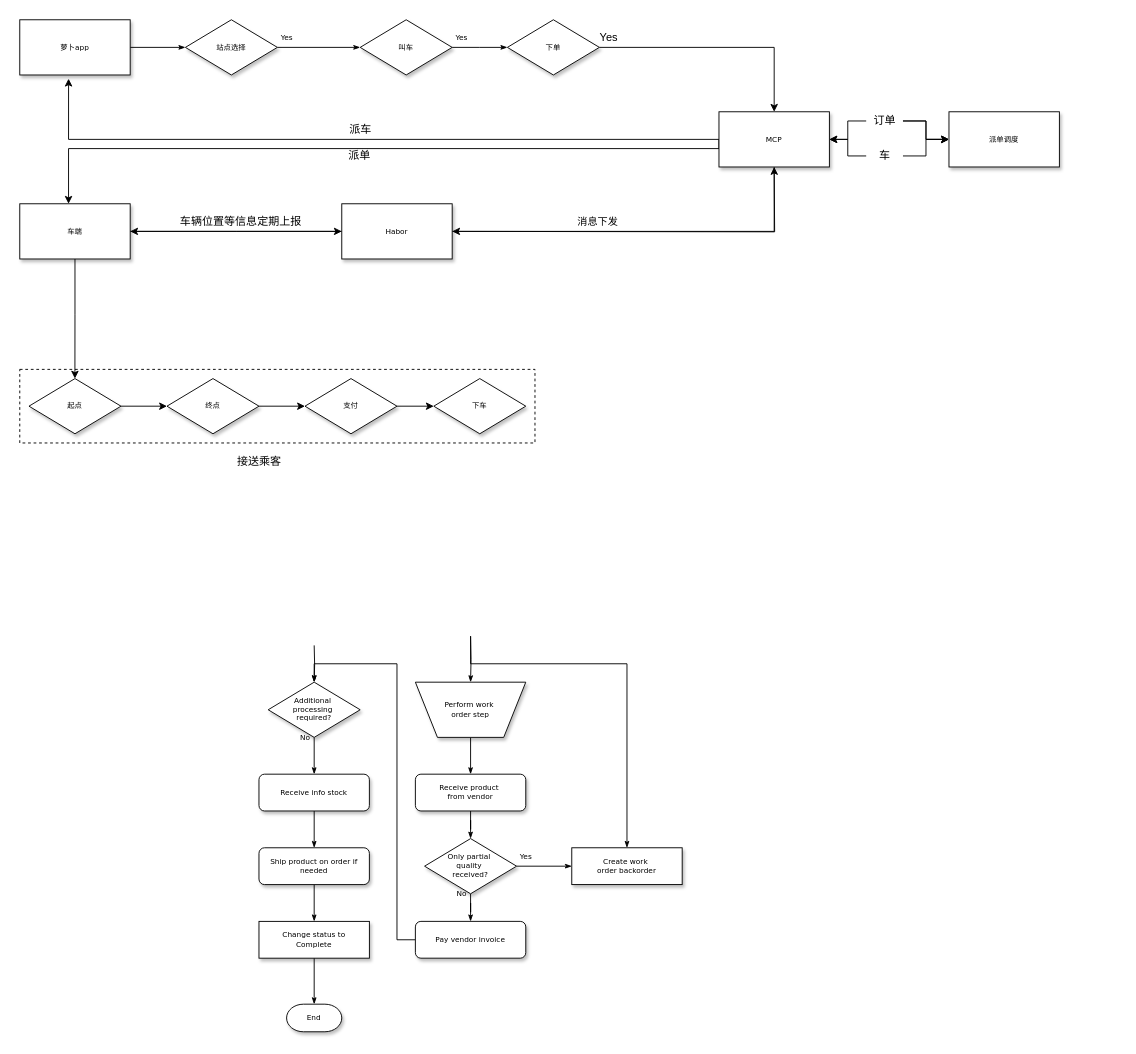
Before: Apollo.drawio in Christings/wechat, a draw.io diagram. Source tidied: cells renumbered, new cells numbered last; positions are measured from the earlier drawing's top-left corner, leaving out a move shared by most shapes. Both pictures are drawn from the tidied source at 92%, with x=0, y=0 at pixel (19, 19).
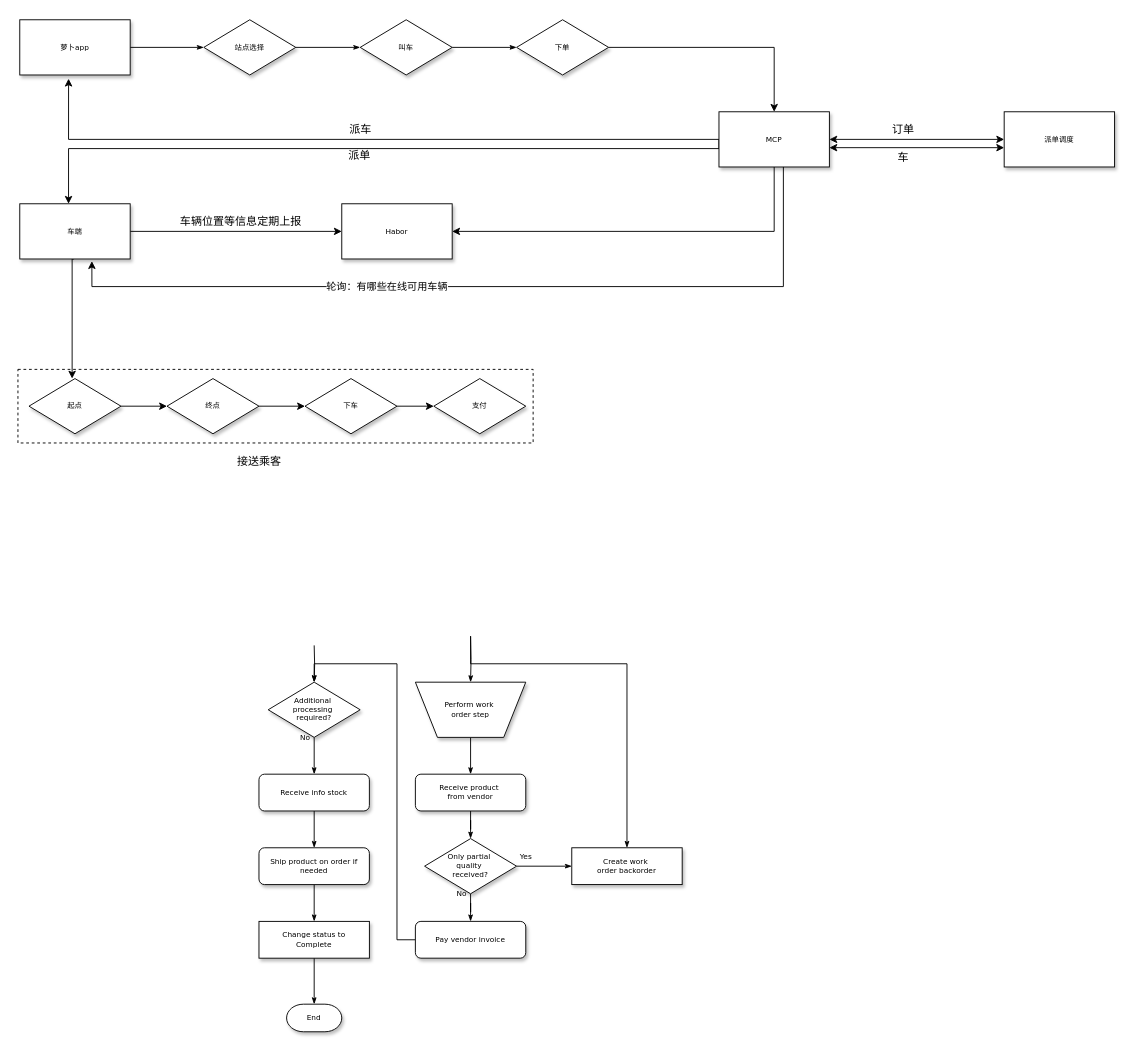
Above is the later version.

Unchanged cells that the change refers to:
```xml
<mxCell id="7" value="叫车" style="rhombus;whiteSpace=wrap;html=1;rounded=0;shadow=1;labelBackgroundColor=none;strokeWidth=1;fontFamily=Verdana;fontSize=8;align=center;" parent="1" vertex="1">
  <mxGeometry x="370" width="100" height="60" as="geometry" />
</mxCell>
<mxCell id="37" value="MCP" style="rounded=0;whiteSpace=wrap;html=1;shadow=1;labelBackgroundColor=none;strokeWidth=1;fontFamily=Verdana;fontSize=8;align=center;" parent="1" vertex="1">
  <mxGeometry x="760" y="100" width="120" height="60" as="geometry" />
</mxCell>
<mxCell id="48" value="车端" style="rounded=0;whiteSpace=wrap;html=1;shadow=1;labelBackgroundColor=none;strokeWidth=1;fontFamily=Verdana;fontSize=8;align=center;" parent="1" vertex="1">
  <mxGeometry y="200" width="120" height="60" as="geometry" />
</mxCell>
<mxCell id="50" value="Habor" style="rounded=0;whiteSpace=wrap;html=1;shadow=1;labelBackgroundColor=none;strokeWidth=1;fontFamily=Verdana;fontSize=8;align=center;" parent="1" vertex="1">
  <mxGeometry x="350" y="200" width="120" height="60" as="geometry" />
</mxCell>
```

Change to the diagram source:
```diff
@@
-    <mxCell id="4" value="Yes" style="edgeStyle=orthogonalEdgeStyle;rounded=0;html=1;labelBackgroundColor=none;startSize=5;endArrow=classicThin;endFill=1;endSize=5;jettySize=auto;strokeWidth=1;fontFamily=Verdana;fontSize=8;" parent="1" edge="1" source="5" target="7">
+    <mxCell id="4" style="edgeStyle=orthogonalEdgeStyle;rounded=0;html=1;labelBackgroundColor=none;startSize=5;endArrow=classicThin;endFill=1;endSize=5;jettySize=auto;strokeWidth=1;fontFamily=Verdana;fontSize=8;" parent="1" edge="1" source="5" target="7">
       <mxGeometry x="-0.78" y="10" relative="1" as="geometry" />
     </mxCell>
     <mxCell id="5" value="站点选择" style="rhombus;whiteSpace=wrap;html=1;rounded=0;shadow=1;labelBackgroundColor=none;strokeWidth=1;fontFamily=Verdana;fontSize=8;align=center;" parent="1" vertex="1">
-      <mxGeometry x="180" width="100" height="60" as="geometry" />
+      <mxGeometry x="200" width="100" height="60" as="geometry" />
     </mxCell>
-    <mxCell id="6" value="Yes" style="edgeStyle=orthogonalEdgeStyle;rounded=0;html=1;labelBackgroundColor=none;startSize=5;endArrow=classicThin;endFill=1;endSize=5;jettySize=auto;strokeWidth=1;fontFamily=Verdana;fontSize=8;" parent="1" edge="1" source="7">
-      <mxGeometry x="-0.67" y="10" relative="1" as="geometry">
-        <mxPoint x="530" y="30" as="targetPoint" />
-      </mxGeometry>
+    <mxCell id="6" style="edgeStyle=orthogonalEdgeStyle;rounded=0;html=1;labelBackgroundColor=none;startSize=5;endArrow=classicThin;endFill=1;endSize=5;jettySize=auto;strokeWidth=1;fontFamily=Verdana;fontSize=8;entryX=0;entryY=0.5;entryDx=0;entryDy=0;" parent="1" edge="1" source="7" target="33">
+      <mxGeometry x="-0.67" y="10" relative="1" as="geometry" />
     </mxCell>
@@
     <mxCell id="33" value="下单" style="rhombus;whiteSpace=wrap;html=1;rounded=0;shadow=1;labelBackgroundColor=none;strokeWidth=1;fontFamily=Verdana;fontSize=8;align=center;" parent="1" vertex="1">
-      <mxGeometry x="530" width="100" height="60" as="geometry" />
+      <mxGeometry x="540" width="100" height="60" as="geometry" />
     </mxCell>
@@
-    <mxCell id="38" value="Yes" style="text;html=1;align=center;verticalAlign=middle;strokeColor=none;fillColor=none;" parent="1" vertex="1">
-      <mxGeometry x="620" y="10" width="40" height="20" as="geometry" />
-    </mxCell>
     <mxCell id="39" value="派单调度" style="rounded=0;whiteSpace=wrap;html=1;shadow=1;labelBackgroundColor=none;strokeWidth=1;fontFamily=Verdana;fontSize=8;align=center;" parent="1" vertex="1">
-      <mxGeometry x="1010" y="100" width="120" height="60" as="geometry" />
+      <mxGeometry x="1070" y="100" width="120" height="60" as="geometry" />
     </mxCell>
-    <mxCell id="40" style="edgeStyle=orthogonalEdgeStyle;rounded=0;jettySize=auto;html=1;" parent="1" edge="1" source="43" target="39">
-      <mxGeometry relative="1" as="geometry" />
-    </mxCell>
-    <mxCell id="41" style="edgeStyle=orthogonalEdgeStyle;rounded=0;jettySize=auto;html=1;" parent="1" edge="1" source="43" target="37">
-      <mxGeometry relative="1" as="geometry" />
-    </mxCell>
-    <mxCell id="42" style="edgeStyle=orthogonalEdgeStyle;rounded=0;jettySize=auto;html=1;" parent="1" edge="1" source="43" target="39">
-      <mxGeometry relative="1" as="geometry" />
-    </mxCell>
-    <mxCell id="43" value="订单" style="text;html=1;align=center;verticalAlign=middle;points=[];strokeColor=none;fillColor=none;" parent="1" vertex="1">
-      <mxGeometry x="920" y="100" width="40" height="20" as="geometry" />
-    </mxCell>
-    <mxCell id="44" style="edgeStyle=orthogonalEdgeStyle;rounded=0;orthogonalLoop=1;jettySize=auto;html=1;" parent="1" edge="1">
-      <mxGeometry relative="1" as="geometry">
-        <mxPoint x="470" y="230" as="sourcePoint" />
-        <mxPoint x="820" y="160" as="targetPoint" />
-      </mxGeometry>
-    </mxCell>
-    <mxCell id="45" value="消息下发" style="edgeLabel;html=1;align=center;verticalAlign=middle;" parent="44" vertex="1">
-      <mxGeometry x="-0.28" y="5" relative="1" as="geometry">
-        <mxPoint x="5" y="-6" as="offset" />
-      </mxGeometry>
-    </mxCell>
@@
-    <mxCell id="47" style="edgeStyle=orthogonalEdgeStyle;rounded=0;jettySize=auto;html=1;entryX=0.107;entryY=0.125;entryDx=0;entryDy=0;entryPerimeter=0;" parent="1" edge="1" source="48" target="56">
-      <mxGeometry relative="1" as="geometry" />
+    <mxCell id="47" style="edgeStyle=orthogonalEdgeStyle;rounded=0;orthogonalLoop=1;jettySize=auto;html=1;entryX=0.107;entryY=0.125;entryDx=0;entryDy=0;entryPerimeter=0;" parent="1" edge="1">
+      <mxGeometry relative="1" as="geometry">
+        <mxPoint x="59" y="260" as="sourcePoint" />
+        <mxPoint x="56.9" y="390" as="targetPoint" />
+        <Array as="points">
+          <mxPoint x="57" y="260" />
+        </Array>
+      </mxGeometry>
     </mxCell>
@@
-    <mxCell id="49" style="edgeStyle=orthogonalEdgeStyle;rounded=0;jettySize=auto;html=1;" parent="1" edge="1" source="50">
-      <mxGeometry relative="1" as="geometry">
-        <mxPoint x="120" y="230" as="targetPoint" />
-      </mxGeometry>
-    </mxCell>
@@
-    <mxCell id="54" value="支付" style="rhombus;whiteSpace=wrap;html=1;rounded=0;shadow=1;labelBackgroundColor=none;strokeWidth=1;fontFamily=Verdana;fontSize=8;align=center;" parent="1" vertex="1">
+    <mxCell id="54" value="下车" style="rhombus;whiteSpace=wrap;html=1;rounded=0;shadow=1;labelBackgroundColor=none;strokeWidth=1;fontFamily=Verdana;fontSize=8;align=center;" parent="1" vertex="1">
       <mxGeometry x="310" y="390" width="100" height="60" as="geometry" />
     </mxCell>
-    <mxCell id="55" value="下车" style="rhombus;whiteSpace=wrap;html=1;rounded=0;shadow=1;labelBackgroundColor=none;strokeWidth=1;fontFamily=Verdana;fontSize=8;align=center;" parent="1" vertex="1">
+    <mxCell id="55" value="支付" style="rhombus;whiteSpace=wrap;html=1;rounded=0;shadow=1;labelBackgroundColor=none;strokeWidth=1;fontFamily=Verdana;fontSize=8;align=center;" parent="1" vertex="1">
       <mxGeometry x="450" y="390" width="100" height="60" as="geometry" />
     </mxCell>
     <mxCell id="56" style="rounded=0;whiteSpace=wrap;html=1;fillColor=none;dashed=1;" parent="1" vertex="1">
-      <mxGeometry y="380" width="560" height="80" as="geometry" />
+      <mxGeometry x="-2" y="380" width="560" height="80" as="geometry" />
     </mxCell>
@@
-    <mxCell id="61" style="edgeStyle=orthogonalEdgeStyle;rounded=0;jettySize=auto;html=1;" parent="1" edge="1" source="63" target="39">
-      <mxGeometry relative="1" as="geometry" />
-    </mxCell>
-    <mxCell id="62" style="edgeStyle=orthogonalEdgeStyle;rounded=0;jettySize=auto;html=1;" parent="1" edge="1" source="63" target="37">
-      <mxGeometry relative="1" as="geometry" />
-    </mxCell>
+    <mxCell id="64" style="endArrow=classic;startArrow=classic;html=1;rounded=0;exitX=1;exitY=1;exitDx=0;exitDy=0;entryX=0;entryY=1;entryDx=0;entryDy=0;" parent="1" edge="1">
+      <mxGeometry relative="1" as="geometry">
+        <mxPoint x="880" y="139" as="sourcePoint" />
+        <mxPoint x="1070" y="139" as="targetPoint" />
+      </mxGeometry>
+    </mxCell>
+    <mxCell id="65" style="endArrow=classic;startArrow=classic;html=1;rounded=0;exitX=1;exitY=1;exitDx=0;exitDy=0;entryX=0;entryY=1;entryDx=0;entryDy=0;" parent="1" edge="1">
+      <mxGeometry relative="1" as="geometry">
+        <mxPoint x="880" y="130" as="sourcePoint" />
+        <mxPoint x="1070" y="130" as="targetPoint" />
+      </mxGeometry>
+    </mxCell>
+    <mxCell id="43" value="订单" style="text;html=1;align=center;verticalAlign=middle;points=[];strokeColor=none;fillColor=none;" parent="1" vertex="1">
+      <mxGeometry x="940" y="110" width="40" height="20" as="geometry" />
+    </mxCell>
-    <mxCell id="63" value="&amp;nbsp; 车&amp;nbsp;&amp;nbsp;" style="text;html=1;align=center;verticalAlign=middle;points=[];strokeColor=none;fillColor=none;" parent="1" vertex="1">
-      <mxGeometry x="920" y="138" width="40" height="20" as="geometry" />
+    <mxCell id="63" value="车" style="text;html=1;align=center;verticalAlign=middle;points=[];strokeColor=none;fillColor=none;" parent="1" vertex="1">
+      <mxGeometry x="945" y="140" width="30" height="20" as="geometry" />
     </mxCell>
+    <mxCell id="66" style="edgeStyle=orthogonalEdgeStyle;rounded=0;jettySize=auto;html=1;entryX=0.653;entryY=1.039;entryDx=0;entryDy=0;entryPerimeter=0;" parent="1" edge="1" target="48">
+      <mxGeometry relative="1" as="geometry">
+        <mxPoint x="830" y="160" as="sourcePoint" />
+        <Array as="points">
+          <mxPoint x="830" y="290" />
+          <mxPoint x="78" y="290" />
+        </Array>
+      </mxGeometry>
+    </mxCell>
+    <mxCell id="67" value="轮询：有哪些在线可用车辆" style="edgeLabel;html=1;align=center;verticalAlign=middle;" parent="66" vertex="1">
+      <mxGeometry x="0.46" y="-1" relative="1" as="geometry">
+        <mxPoint x="102" as="offset" />
+      </mxGeometry>
+    </mxCell>
```
